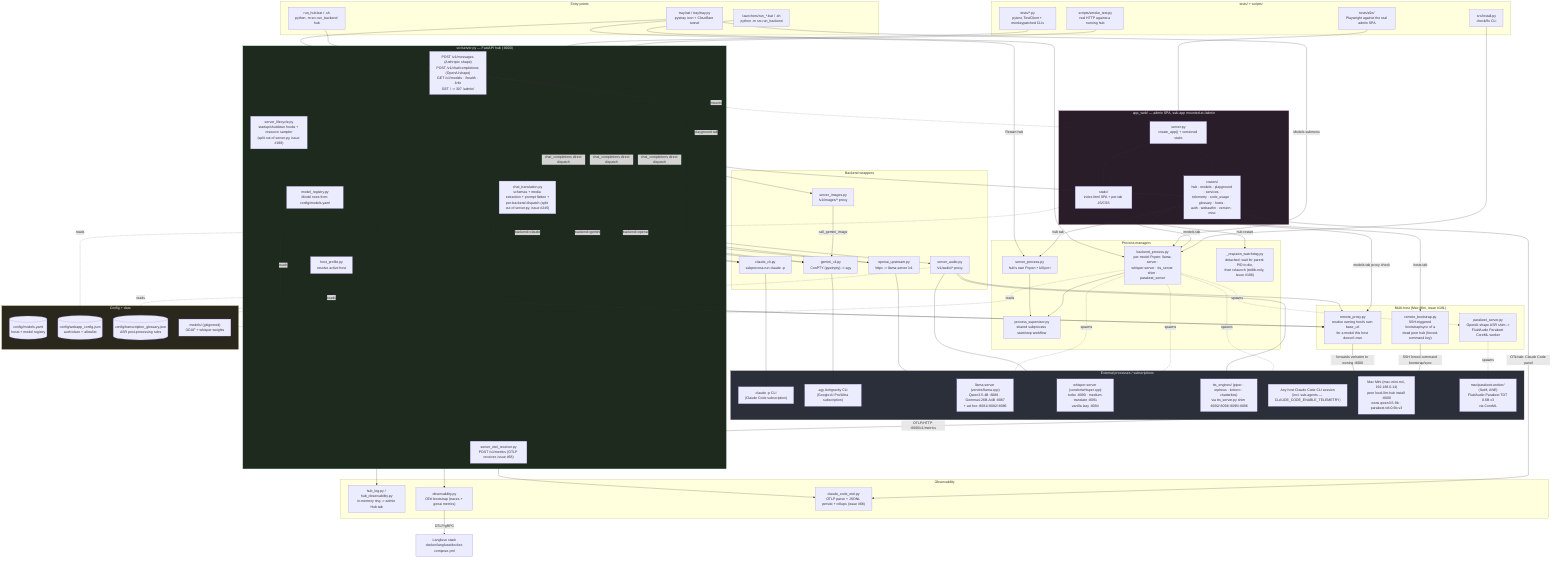
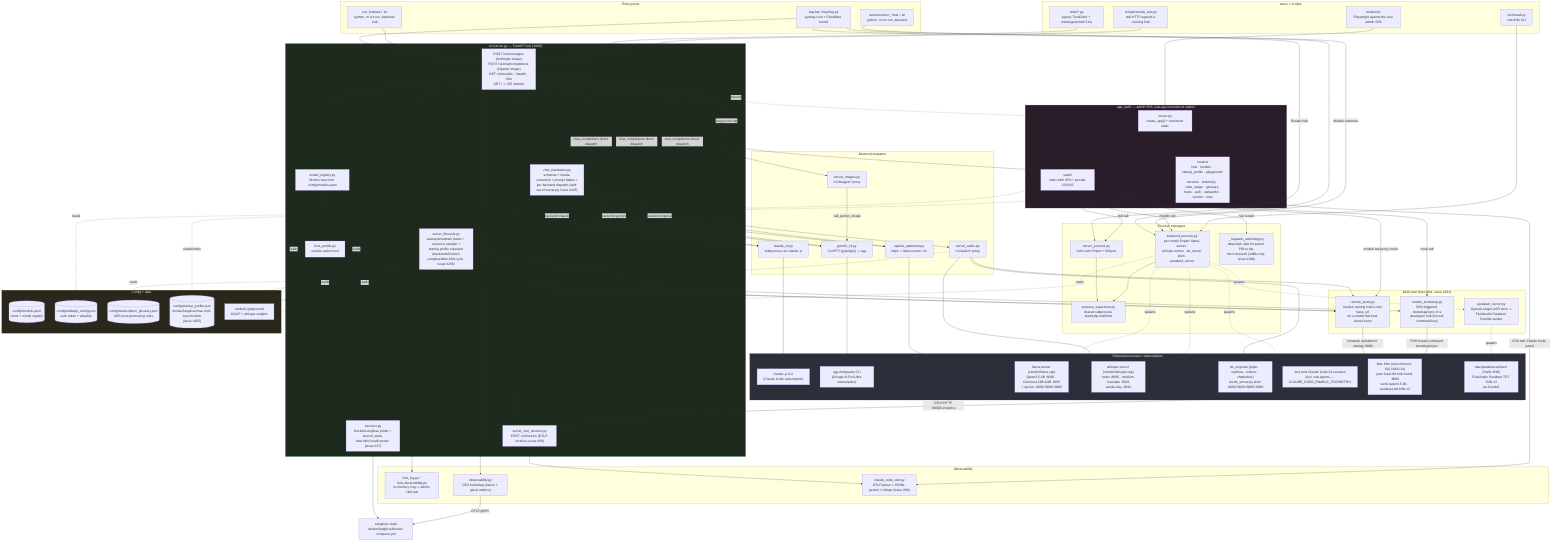
%% docs/architecture.mmd — local-llm-hub's own internal structure.
%% Hand-authored, not generated — companion to the fleet-wide convention in
%% ferraroroberto/fleet-config#256 (see that repo's own docs/architecture.mmd
%% for the reference dogfood). This is deliberately smaller than
%% docs/project-structure.md's three detailed diagrams (component/module/
%% sequence) — it's the one-glance map; project-structure.md stays the deep
%% reference. Update this diagram in the same PR as any material structural
%% change (a backend added/removed, a router moved, a process manager
%% relocated) — same anti-staleness contract as this repo's own `.fleet.toml`
%% `description` field.

flowchart TB
  subgraph entry["Entry points"]
    TRAY["tray.bat / tray/tray.py\npystray icon + Cloudflare tunnel"]
    RUNHUB["run_hub.bat / .sh\npython -m src.run_backend hub"]
    RUNMODEL["launchers/run_*.bat / .sh\npython -m src.run_backend <model_id>"]
  end

  subgraph core["src/server.py — FastAPI hub (:8000)"]
    SRV["POST /v1/messages (Anthropic shape)\nPOST /v1/chat/completions (OpenAI shape)\nGET /v1/models · /health · /info\nGET / -> 307 /admin/"]
    CHATT["chat_translation.py\nschemas + media extraction + prompt flatten +\nper-backend dispatch (split out of server.py, issue #245)"]
-     LIFECYCLE["server_lifecycle.py\nstartup/shutdown hooks + resource sampler\n(split out of server.py, issue #198)"]
+     LIFECYCLE["server_lifecycle.py\nstartup/shutdown hooks + resource sampler +\nstartup-profile autostart (backends/Docker/\nLangfuse/Mac-Mini-sync, issue #265)"]
    REG["model_registry.py\nModel rows from config/models.yaml"]
    HOSTP["host_profile.py\nresolve active host"]
    OTELRECV["server_otel_receiver.py\nPOST /v1/metrics (OTLP receiver, issue #68)"]
+     SVC["services.py\nDocker/Langfuse probe + launch_stack,\nMac Mini health probe (issue #27)"]
  end
  TRAY --> SRV
  RUNHUB --> SRV
  SRV --> CHATT
  SRV --> LIFECYCLE
  SRV --> REG
  REG --> HOSTP
+   LIFECYCLE --> SVC
+   LIFECYCLE --> REMOTEBOOT
+   SVC --> LANGFUSE

  subgraph routing["Backend wrappers"]
    CLAUDECLI["claude_cli.py\nsubprocess.run claude -p"]
    GEMINICLI["gemini_cli.py\nConPTY (pywinpty) -> agy"]
    OAIUP["openai_upstream.py\nhttpx -> llama-server /v1"]
    AUDIOR["server_audio.py\n/v1/audio/* proxy"]
    IMAGESR["server_images.py\n/v1/images/* proxy"]
  end
  CHATT -->|backend=claude| CLAUDECLI
  CHATT -->|backend=gemini| GEMINICLI
  CHATT -->|backend=openai| OAIUP
  SRV -->|chat_completions direct dispatch| CLAUDECLI
  SRV -->|chat_completions direct dispatch| GEMINICLI
  SRV -->|chat_completions direct dispatch| OAIUP
  SRV --> AUDIOR
  SRV --> IMAGESR
  SRV --> OTELRECV
  IMAGESR -->|call_gemini_image| GEMINICLI

  subgraph multihost["Multi-host (Mac Mini, issue #181)"]
    REMOTEPROXY["remote_proxy.py\nresolve owning host's own base_url\nfor a model this host doesn't own"]
    REMOTEBOOT["remote_bootstrap.py\nSSH-triggered bootstrap/sync of a\ndead peer hub (forced-command key)"]
    PARAKEETSRV["parakeet_server.py\nOpenAI-shape ASR shim ->\nFluidAudio Parakeet CoreML worker"]
  end
  CHATT --> REMOTEPROXY
  SRV --> REMOTEPROXY
  AUDIOR --> REMOTEPROXY
  WROUT -->|models tab proxy check| REMOTEPROXY
  WROUT -->|hosts tab| REMOTEBOOT

  subgraph procmgr["Process managers"]
    SUPERVISOR["process_supervisor.py\nshared subprocess start/stop workflow"]
    SERVPROC["server_process.py\nhub's own Popen + kill-port"]
    BACKPROC["backend_process.py\nper-model Popen: llama-server ·\nwhisper-server · tts_server shim ·\nparakeet_server"]
    WATCHDOG["_respawn_watchdog.py\ndetached: wait for parent PID to die,\nthen relaunch (stdlib-only, issue #198)"]
  end
  RUNMODEL --> BACKPROC
  TRAY -->|Models submenu| BACKPROC
  TRAY -->|Restart hub| SERVPROC
  SERVPROC --> SUPERVISOR
  BACKPROC --> SUPERVISOR
  BACKPROC -.spawns.-> PARAKEETSRV

  subgraph ext["External processes / subscriptions"]
    CLAUDEBIN["claude -p CLI\n(Claude Code subscription)"]
    AGYBIN["agy Antigravity CLI\n(Google AI Pro/Ultra subscription)"]
    LLAMA["llama-server (vendor/llama.cpp)\nQwen3.5-4B :8088 · Gemma4-26B-A4B :8087\n+ ad-hoc :8081/:8082/:8086"]
    WHISPER["whisper-server (vendor/whisper.cpp)\nturbo :8090 · medium-translate :8091\nvanilla lazy :8094"]
    TTS["tts_engines/ (piper · orpheus · kokoro · chatterbox)\nvia tts_server.py shim :8092/:8093/:8095/:8096"]
    CCHOST["Any host Claude Code CLI session\n(incl. sub-agents — CLAUDE_CODE_ENABLE_TELEMETRY)"]
    MACMINI["Mac Mini (mac-mini-m4, 192.168.0.14)\npeer local-llm-hub install :8000\nowns qwen3.5-9b · parakeet-tdt-0.6b-v3"]
    PARAKEETWORKER["mac/parakeet-worker/ (Swift, ANE)\nFluidAudio Parakeet TDT 0.6B v3\nvia CoreML"]
  end
  CLAUDECLI --> CLAUDEBIN
  GEMINICLI --> AGYBIN
  OAIUP --> LLAMA
  AUDIOR --> WHISPER
  AUDIOR --> TTS
  BACKPROC -.spawns.-> LLAMA
  BACKPROC -.spawns.-> WHISPER
  BACKPROC -.spawns.-> TTS
  CCHOST -->|OTLP/HTTP :8000/v1/metrics| OTELRECV
  REMOTEPROXY -->|forwards verbatim to owning :8000| MACMINI
  REMOTEBOOT -->|SSH forced-command bootstrap/sync| MACMINI
  PARAKEETSRV -.spawns.-> PARAKEETWORKER

  subgraph admin["app_web/ — admin SPA, sub-app mounted at /admin"]
    WSRV["server.py\ncreate_app() + versioned static"]
-     WROUT["routers/\nhub · models · playground · services ·\ntelemetry · code_usage · glossary · hosts ·\nauth · webauthn · version · misc"]
+     WROUT["routers/\nhub · models · startup_profile · playground ·\nservices · telemetry · code_usage · glossary ·\nhosts · auth · webauthn · version · misc"]
    WSTATIC["static/\nindex.html SPA + per-tab JS/CSS"]
  end
  SRV -.mounts.-> WSRV
  WSRV --> WROUT
  WSRV --> WSTATIC
  WROUT -->|hub tab| SERVPROC
  WROUT -->|hub restart| WATCHDOG
  WROUT -->|models tab| BACKPROC
  WROUT -->|playground tab| SRV

  subgraph obs["Observability"]
    HUBLOG["hub_log.py / hub_observability.py\nin-memory ring -> admin Hub tab"]
    OTEL["observability.py\nOTel bootstrap (traces + genai metrics)"]
    CCOTEL["claude_code_otel.py\nOTLP parse + JSONL persist + rollups (issue #68)"]
  end
  SRV --> HUBLOG
  SRV --> OTEL
  OTEL -->|OTLP/gRPC| LANGFUSE["Langfuse stack\ndocker/langfuse/docker-compose.yml"]
  OTELRECV --> CCOTEL
  WROUT -->|OTel tab: Claude Code panel| CCOTEL

  subgraph cfg["Config + data"]
    MODELSYAML[("config/models.yaml\nhosts + model registry")]
    WEBCFG[("config/webapp_config.json\nauth token + allowlist")]
    GLOSSARY[("config/transcription_glossary.json\nASR post-processing rules")]
+     STARTUPCFG[("config/startup_profile.json\ndocker/langfuse/mac-mini-sync/models\n(issue #265)")]
    MODELSDIR["models/ (gitignored)\nGGUF + whisper weights"]
  end
  REG -.reads.-> MODELSYAML
  HOSTP -.reads.-> MODELSYAML
  WSRV -.reads.-> WEBCFG
  AUDIOR -.reads.-> GLOSSARY
  BACKPROC -.reads.-> MODELSDIR
+   REG -.reads.-> STARTUPCFG
+   LIFECYCLE -.reads.-> STARTUPCFG
+   WROUT -.reads/writes.-> STARTUPCFG

  subgraph tests["tests/ + scripts/"]
    UNITTESTS["tests/*.py\npytest, TestClient + monkeypatched CLIs"]
    E2E["tests/e2e/\nPlaywright against the real admin SPA"]
    SMOKE["scripts/smoke_test.py\nreal HTTP against a running hub"]
    INSTALL["src/install.py\ncheck/fix CLI"]
  end
  UNITTESTS --> SRV
  E2E --> WSRV
  SMOKE --> SRV
  INSTALL --> BACKPROC

  classDef ext fill:#2a2f3a,stroke:#555,color:#eee
  classDef hub fill:#1d2a1d,stroke:#4a7,color:#eee
  classDef ui fill:#2a1d2a,stroke:#a47,color:#eee
  classDef cfgnode fill:#2a281d,stroke:#a94,color:#eee
  class ext ext
  class core hub
  class admin ui
  class cfg cfgnode
